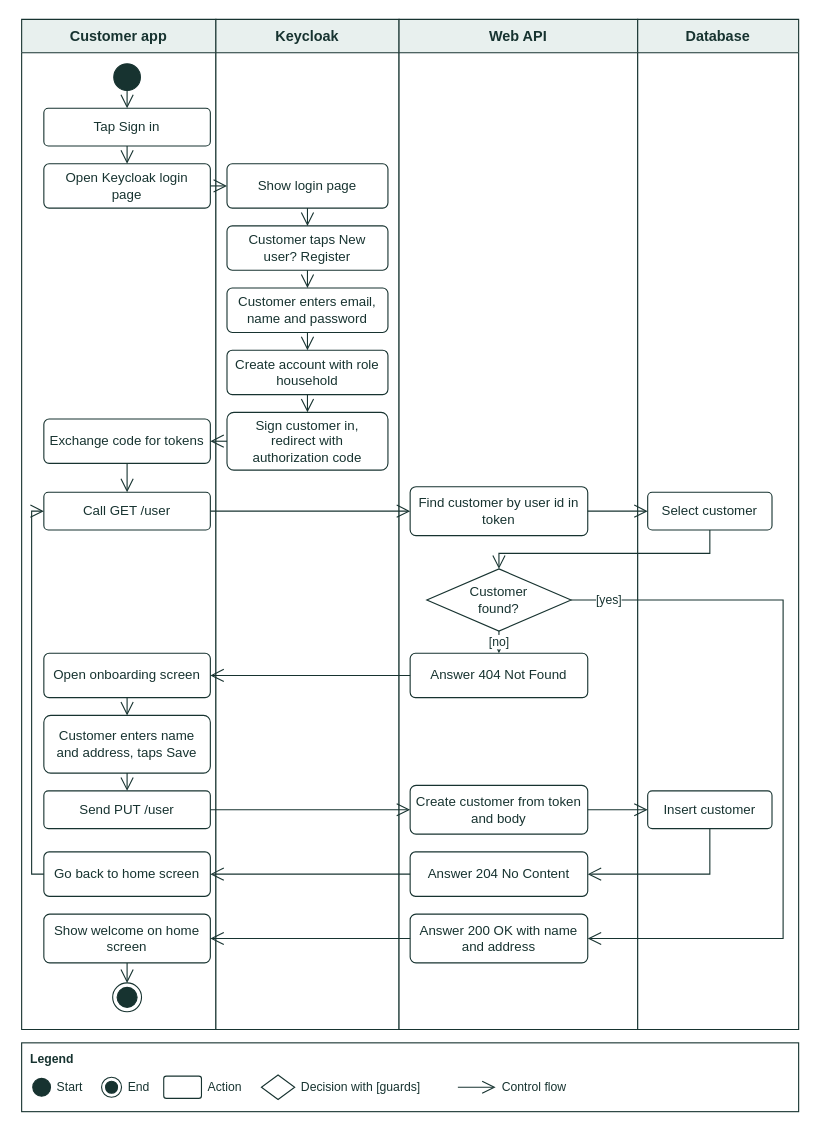
This is docs/assets/drawio/onboarding-customer.drawio from Mosekjaer/prepmeup, a draw.io file, before an edit. Source tidied: cells renumbered, new cells numbered last; positions are measured from the earlier drawing's top-left corner, leaving out a move shared by most shapes. Both pictures are drawn from the tidied source at 111%, with x=0, y=0 at pixel (21, 19).
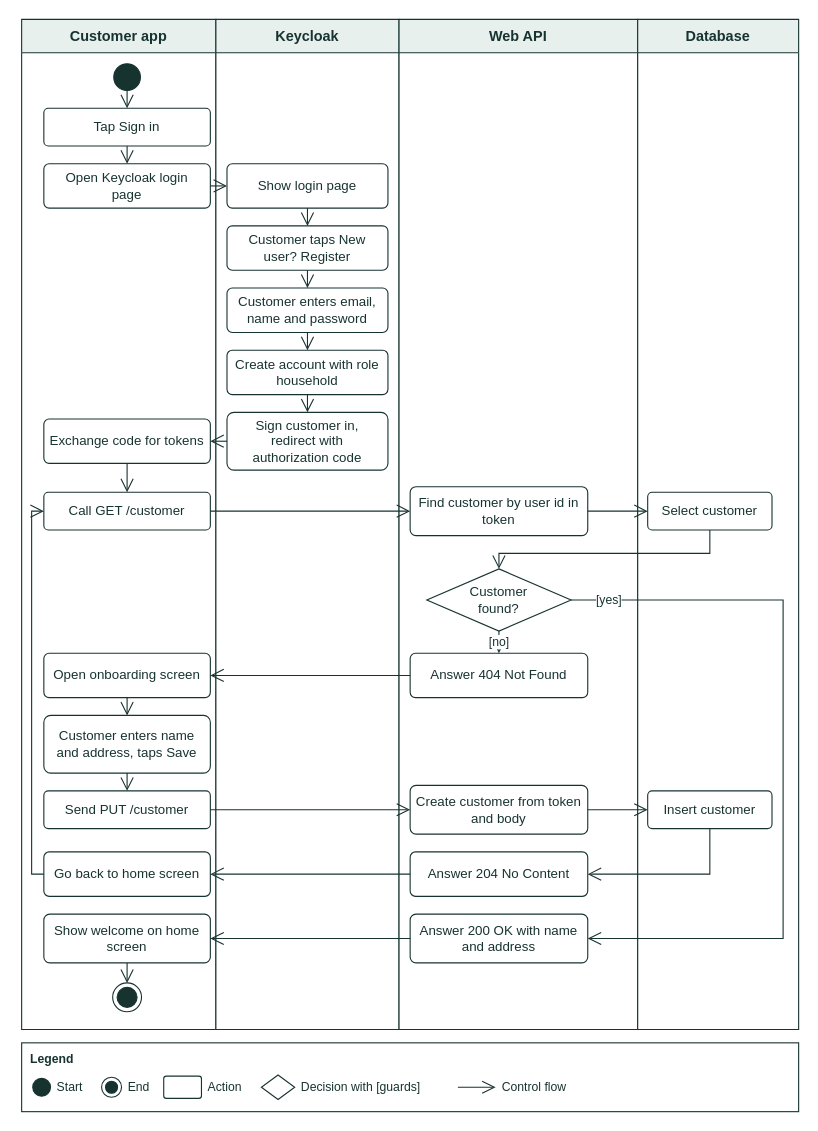
The same page after the edit.

Unchanged cells that the change refers to:
```xml
<mxCell id="2" value="Customer app" style="swimlane;html=1;startSize=30;horizontal=1;whiteSpace=wrap;fillColor=#E8F0EE;swimlaneFillColor=#FFFFFF;strokeColor=#173330;fontColor=#173330;fontStyle=1;fontSize=13;fontFamily=Arial;" parent="1" vertex="1">
  <mxGeometry width="175" height="910" as="geometry" />
</mxCell>
```

The edit, as a diff of the source:
```diff
@@
-    <mxCell id="15" value="Call GET /user" style="rounded=1;whiteSpace=wrap;html=1;arcSize=12;fillColor=#FFFFFF;strokeColor=#173330;fontColor=#173330;fontSize=12;fontFamily=Arial;spacingLeft=4;spacingRight=4;" parent="2" vertex="1">
+    <mxCell id="15" value="Call GET /customer" style="rounded=1;whiteSpace=wrap;html=1;arcSize=12;fillColor=#FFFFFF;strokeColor=#173330;fontColor=#173330;fontSize=12;fontFamily=Arial;spacingLeft=4;spacingRight=4;" parent="2" vertex="1">
       <mxGeometry x="20" y="426" width="150" height="34" as="geometry" />
     </mxCell>
@@
-    <mxCell id="22" value="Send PUT /user" style="rounded=1;whiteSpace=wrap;html=1;arcSize=12;fillColor=#FFFFFF;strokeColor=#173330;fontColor=#173330;fontSize=12;fontFamily=Arial;spacingLeft=4;spacingRight=4;" parent="2" vertex="1">
+    <mxCell id="22" value="Send PUT /customer" style="rounded=1;whiteSpace=wrap;html=1;arcSize=12;fillColor=#FFFFFF;strokeColor=#173330;fontColor=#173330;fontSize=12;fontFamily=Arial;spacingLeft=4;spacingRight=4;" parent="2" vertex="1">
       <mxGeometry x="20" y="695" width="150" height="34" as="geometry" />
     </mxCell>
```
